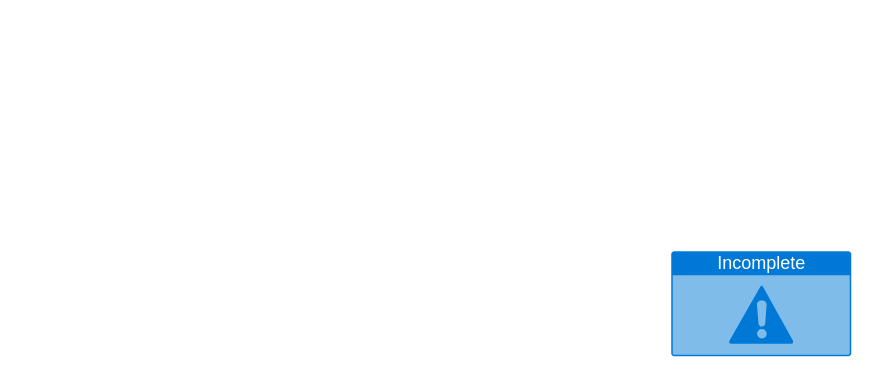
This is C13: Standard Costing.drawio from ShamanthMurali/INT-Costing, a draw.io file, before an edit. Source tidied: cells renumbered, new cells numbered last; positions are measured from the earlier drawing's top-left corner, leaving out a move shared by most shapes. Both pictures are drawn from the tidied source at 150%, with x=0, y=0 at pixel (670, 250).
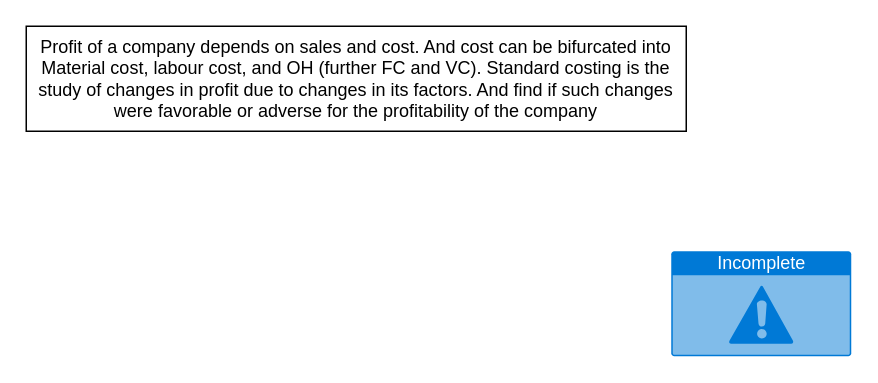
After the change.

Diff of the diagram source:
```diff
@@
 <mxGraphModel>
   <root>
     <mxCell id="0" />
     <mxCell id="1" parent="0" />
     <mxCell id="2" value="Incomplete" style="html=1;strokeColor=none;fillColor=#0079D6;labelPosition=center;verticalLabelPosition=middle;verticalAlign=top;align=center;fontSize=12;spacingTop=-6;fontColor=#FFFFFF;shape=mxgraph.sitemap.warning;rounded=1;startSize=40;" parent="1" vertex="1">
       <mxGeometry width="120" height="70" as="geometry" />
     </mxCell>
+    <mxCell id="3" value="Profit of a company depends on sales and cost. And cost can be bifurcated into Material cost, labour cost, and OH (further FC and VC). Standard costing is the study of changes in profit due to changes in its factors. And find if such changes were favorable or adverse for the profitability of the company" style="rounded=0;whiteSpace=wrap;html=1;" parent="1" vertex="1">
+      <mxGeometry x="-430" y="-150" width="440" height="70" as="geometry" />
+    </mxCell>
   </root>
 </mxGraphModel>
```
